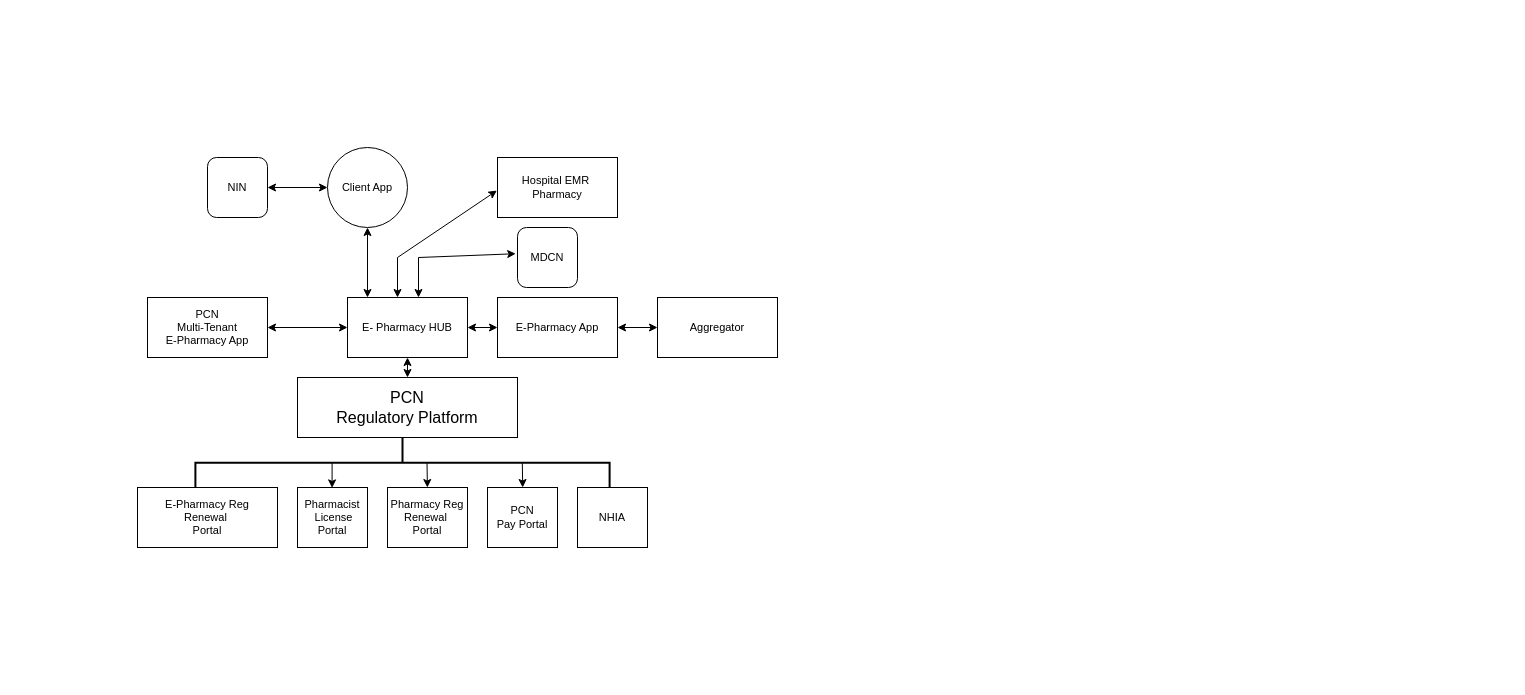
Nigeria-FHIR-Community/2025Connectathon keeps this draw.io diagram as page "Architecture" (1 of 14) of BPMN_Diagrams/ePrescription DAK Diagrams.drawio. Above is the earlier version. Source tidied: cells renumbered, new cells numbered last; positions are measured from the earlier drawing's top-left corner, leaving out a move shared by most shapes. Both pictures are drawn from the tidied source at 100%, with x=0, y=0 at pixel (137, 147).
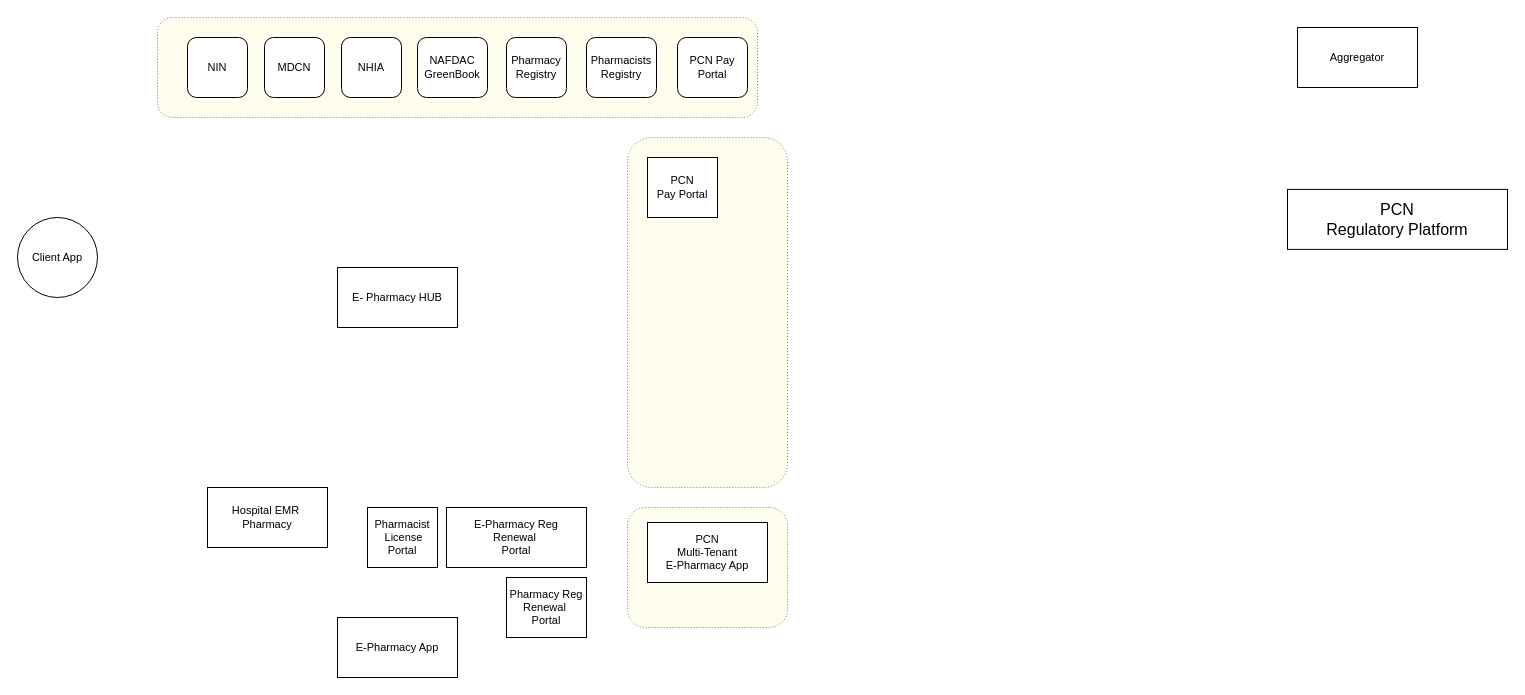
After the change.

What changed in the source:
```diff
@@
-    <mxCell id="2" style="edgeStyle=none;shape=connector;rounded=0;jettySize=auto;html=1;strokeColor=default;align=center;verticalAlign=middle;fontFamily=Helvetica;fontSize=11;fontColor=default;labelBackgroundColor=default;startArrow=classic;endArrow=classic;" parent="1" edge="1" source="5">
-      <mxGeometry relative="1" as="geometry">
-        <mxPoint x="270" y="230" as="targetPoint" />
-      </mxGeometry>
-    </mxCell>
-    <mxCell id="3" style="edgeStyle=none;shape=connector;rounded=0;jettySize=auto;html=1;strokeColor=default;align=center;verticalAlign=middle;fontFamily=Helvetica;fontSize=11;fontColor=default;labelBackgroundColor=default;startArrow=classic;endArrow=classic;" parent="1" edge="1" source="5" target="7">
-      <mxGeometry relative="1" as="geometry" />
-    </mxCell>
-    <mxCell id="4" style="edgeStyle=none;shape=connector;rounded=0;jettySize=auto;html=1;strokeColor=default;align=center;verticalAlign=middle;fontFamily=Helvetica;fontSize=11;fontColor=default;labelBackgroundColor=default;startArrow=classic;endArrow=classic;" parent="1" edge="1" target="9">
-      <mxGeometry relative="1" as="geometry">
-        <mxPoint x="230" y="150" as="sourcePoint" />
-      </mxGeometry>
-    </mxCell>
+    <mxCell id="28" style="rounded=1;whiteSpace=wrap;html=1;dashed=1;dashPattern=1 2;fillColor=light-dark(#fefcdd, #ededed);fillStyle=solid;opacity=50;" parent="1" vertex="1">
+      <mxGeometry x="490" y="360" width="160" height="120" as="geometry" />
+    </mxCell>
+    <mxCell id="29" style="rounded=1;whiteSpace=wrap;html=1;dashed=1;dashPattern=1 2;fillColor=light-dark(#fefcdd, #ededed);fillStyle=solid;opacity=50;" parent="1" vertex="1">
+      <mxGeometry x="490" y="-10" width="160" height="350" as="geometry" />
+    </mxCell>
+    <mxCell id="30" style="rounded=1;whiteSpace=wrap;html=1;dashed=1;dashPattern=1 2;fillColor=light-dark(#fefcdd, #ededed);fillStyle=solid;opacity=50;" parent="1" vertex="1">
+      <mxGeometry x="20" y="-130" width="600" height="100" as="geometry" />
+    </mxCell>
     <mxCell id="5" value="E- Pharmacy HUB" style="whiteSpace=wrap;html=1;fontFamily=Helvetica;fontSize=11;fontColor=default;labelBackgroundColor=default;" parent="1" vertex="1">
-      <mxGeometry x="210" y="150" width="120" height="60" as="geometry" />
+      <mxGeometry x="200" y="120" width="120" height="60" as="geometry" />
     </mxCell>
     <mxCell id="6" value="&lt;font style=&quot;font-size: 16px;&quot;&gt;PCN&lt;/font&gt;&lt;div&gt;&lt;font style=&quot;font-size: 16px;&quot;&gt;Regulatory Platform&lt;/font&gt;&lt;/div&gt;" style="whiteSpace=wrap;html=1;fontSize=11;labelBackgroundColor=default;" parent="1" vertex="1">
-      <mxGeometry x="160" y="230" width="220" height="60" as="geometry" />
+      <mxGeometry x="1150" y="41.9" width="220" height="60" as="geometry" />
     </mxCell>
     <mxCell id="7" value="PCN&lt;div&gt;Multi-Tenant&lt;/div&gt;&lt;div&gt;E-Pharmacy App&lt;/div&gt;" style="rounded=1;whiteSpace=wrap;html=1;fontSize=11;labelBackgroundColor=default;arcSize=0;" parent="1" vertex="1">
-      <mxGeometry x="10" y="150" width="120" height="60" as="geometry" />
+      <mxGeometry x="510" y="375" width="120" height="60" as="geometry" />
     </mxCell>
-    <mxCell id="8" style="edgeStyle=none;shape=connector;rounded=0;jettySize=auto;html=1;strokeColor=default;align=center;verticalAlign=middle;fontFamily=Helvetica;fontSize=11;fontColor=default;labelBackgroundColor=default;startArrow=classic;endArrow=classic;" parent="1" edge="1" source="9" target="10">
-      <mxGeometry relative="1" as="geometry" />
-    </mxCell>
     <mxCell id="9" value="Client App" style="ellipse;whiteSpace=wrap;html=1;fontSize=11;labelBackgroundColor=default;" parent="1" vertex="1">
-      <mxGeometry x="190" width="80" height="80" as="geometry" />
+      <mxGeometry x="-120" y="70" width="80" height="80" as="geometry" />
     </mxCell>
     <mxCell id="10" value="NIN" style="rounded=1;whiteSpace=wrap;html=1;fontSize=11;labelBackgroundColor=default;" parent="1" vertex="1">
-      <mxGeometry x="70" y="10" width="60" height="60" as="geometry" />
+      <mxGeometry x="50" y="-110" width="60" height="60" as="geometry" />
     </mxCell>
     <mxCell id="11" value="E-Pharmacy App" style="whiteSpace=wrap;html=1;fontSize=11;labelBackgroundColor=default;" parent="1" vertex="1">
-      <mxGeometry x="360" y="150" width="120" height="60" as="geometry" />
+      <mxGeometry x="200" y="470" width="120" height="60" as="geometry" />
     </mxCell>
     <mxCell id="12" value="Aggregator" style="whiteSpace=wrap;html=1;fontSize=11;labelBackgroundColor=default;" parent="1" vertex="1">
-      <mxGeometry x="520" y="150" width="120" height="60" as="geometry" />
+      <mxGeometry x="1160" y="-120" width="120" height="60" as="geometry" />
     </mxCell>
-    <mxCell id="13" style="edgeStyle=none;shape=connector;rounded=0;jettySize=auto;html=1;strokeColor=default;align=center;verticalAlign=middle;fontFamily=Helvetica;fontSize=11;fontColor=default;labelBackgroundColor=default;startArrow=classic;endArrow=classic;" parent="1" edge="1" source="5">
-      <mxGeometry relative="1" as="geometry">
-        <mxPoint x="360" y="180" as="targetPoint" />
-      </mxGeometry>
-    </mxCell>
-    <mxCell id="14" style="edgeStyle=none;shape=connector;rounded=0;jettySize=auto;html=1;strokeColor=default;align=center;verticalAlign=middle;fontFamily=Helvetica;fontSize=11;fontColor=default;labelBackgroundColor=default;startArrow=classic;endArrow=classic;" parent="1" edge="1" source="11">
-      <mxGeometry relative="1" as="geometry">
-        <mxPoint x="520" y="180" as="targetPoint" />
-      </mxGeometry>
-    </mxCell>
     <mxCell id="15" value="Pharmacy Reg&lt;div&gt;Renewal&amp;nbsp;&lt;/div&gt;&lt;div&gt;Portal&lt;/div&gt;" style="whiteSpace=wrap;html=1;fontSize=11;labelBackgroundColor=default;" parent="1" vertex="1">
-      <mxGeometry x="250" y="340" width="80" height="60" as="geometry" />
+      <mxGeometry x="369" y="430" width="80" height="60" as="geometry" />
     </mxCell>
     <mxCell id="16" value="E-Pharmacy Reg&lt;div&gt;Renewal&amp;nbsp;&lt;/div&gt;&lt;div&gt;Portal&lt;/div&gt;" style="whiteSpace=wrap;html=1;fontSize=11;labelBackgroundColor=default;" parent="1" vertex="1">
-      <mxGeometry y="340" width="140" height="60" as="geometry" />
+      <mxGeometry x="309" y="360" width="140" height="60" as="geometry" />
     </mxCell>
     <mxCell id="17" value="Pharmacist&lt;div&gt;&amp;nbsp;License&lt;/div&gt;&lt;div&gt;Portal&lt;/div&gt;" style="whiteSpace=wrap;html=1;fontSize=11;labelBackgroundColor=default;align=center;" parent="1" vertex="1">
-      <mxGeometry x="160" y="340" width="70" height="60" as="geometry" />
+      <mxGeometry x="230" y="360" width="70" height="60" as="geometry" />
     </mxCell>
     <mxCell id="18" value="PCN&lt;div&gt;Pay Portal&lt;/div&gt;" style="whiteSpace=wrap;html=1;fontSize=11;labelBackgroundColor=default;align=center;" parent="1" vertex="1">
-      <mxGeometry x="350" y="340" width="70" height="60" as="geometry" />
+      <mxGeometry x="510" y="10" width="70" height="60" as="geometry" />
     </mxCell>
-    <mxCell id="19" value="NHIA" style="whiteSpace=wrap;html=1;fontSize=11;labelBackgroundColor=default;" parent="1" vertex="1">
-      <mxGeometry x="440" y="340" width="70" height="60" as="geometry" />
-    </mxCell>
-    <mxCell id="20" style="strokeWidth=2;html=1;shape=mxgraph.flowchart.annotation_2;align=left;labelPosition=right;fontFamily=Helvetica;fontSize=11;fontColor=default;labelBackgroundColor=default;rotation=90;" parent="1" vertex="1">
-      <mxGeometry x="240" y="108.1" width="50" height="414.2" as="geometry" />
-    </mxCell>
-    <mxCell id="21" style="endArrow=classic;html=1;rounded=0;strokeColor=default;align=center;verticalAlign=middle;fontFamily=Helvetica;fontSize=11;fontColor=default;labelBackgroundColor=default;entryX=1.004;entryY=0.67;entryDx=0;entryDy=0;entryPerimeter=0;" parent="1" edge="1" target="20">
-      <mxGeometry relative="1" as="geometry">
-        <mxPoint x="194.6" y="315" as="sourcePoint" />
-      </mxGeometry>
-    </mxCell>
-    <mxCell id="22" style="endArrow=classic;html=1;rounded=0;strokeColor=default;align=center;verticalAlign=middle;fontFamily=Helvetica;fontSize=11;fontColor=default;labelBackgroundColor=default;entryX=1.004;entryY=0.67;entryDx=0;entryDy=0;entryPerimeter=0;" parent="1" edge="1">
-      <mxGeometry relative="1" as="geometry">
-        <mxPoint x="289.5" y="315" as="sourcePoint" />
-        <mxPoint x="289.9" y="340" as="targetPoint" />
-      </mxGeometry>
-    </mxCell>
-    <mxCell id="23" style="endArrow=classic;html=1;rounded=0;strokeColor=default;align=center;verticalAlign=middle;fontFamily=Helvetica;fontSize=11;fontColor=default;labelBackgroundColor=default;entryX=1.004;entryY=0.67;entryDx=0;entryDy=0;entryPerimeter=0;" parent="1" edge="1">
-      <mxGeometry relative="1" as="geometry">
-        <mxPoint x="384.8" y="315" as="sourcePoint" />
-        <mxPoint x="385.2" y="340" as="targetPoint" />
-      </mxGeometry>
-    </mxCell>
     <mxCell id="24" value="MDCN" style="rounded=1;whiteSpace=wrap;html=1;fontSize=11;labelBackgroundColor=default;" parent="1" vertex="1">
-      <mxGeometry x="380" y="80" width="60" height="60" as="geometry" />
+      <mxGeometry x="127" y="-110" width="60" height="60" as="geometry" />
     </mxCell>
     <mxCell id="25" value="Hospital EMR&amp;nbsp;&lt;div&gt;Pharmacy&lt;/div&gt;" style="whiteSpace=wrap;html=1;fontSize=11;labelBackgroundColor=default;" parent="1" vertex="1">
-      <mxGeometry x="360" y="10" width="120" height="60" as="geometry" />
+      <mxGeometry x="70" y="340" width="120" height="60" as="geometry" />
     </mxCell>
-    <mxCell id="26" style="endArrow=classic;startArrow=classic;html=1;rounded=0;strokeColor=default;align=center;verticalAlign=middle;fontFamily=Helvetica;fontSize=11;fontColor=default;labelBackgroundColor=default;entryX=-0.005;entryY=0.551;entryDx=0;entryDy=0;entryPerimeter=0;" parent="1" edge="1" target="25">
-      <mxGeometry relative="1" as="geometry">
-        <mxPoint x="260" y="150" as="sourcePoint" />
-        <Array as="points">
-          <mxPoint x="260" y="110" />
-        </Array>
-      </mxGeometry>
-    </mxCell>
-    <mxCell id="27" style="endArrow=classic;startArrow=classic;html=1;rounded=0;strokeColor=default;align=center;verticalAlign=middle;fontFamily=Helvetica;fontSize=11;fontColor=default;labelBackgroundColor=default;entryX=-0.03;entryY=0.437;entryDx=0;entryDy=0;entryPerimeter=0;" parent="1" edge="1" target="24">
-      <mxGeometry relative="1" as="geometry">
-        <mxPoint x="281" y="150" as="sourcePoint" />
-        <Array as="points">
-          <mxPoint x="281" y="110" />
-        </Array>
-      </mxGeometry>
-    </mxCell>
+    <mxCell id="19" value="NHIA" style="rounded=1;whiteSpace=wrap;html=1;fontSize=11;labelBackgroundColor=default;" parent="1" vertex="1">
+      <mxGeometry x="204" y="-110" width="60" height="60" as="geometry" />
+    </mxCell>
+    <mxCell id="31" value="Pharmacy Registry" style="rounded=1;whiteSpace=wrap;html=1;fontSize=11;labelBackgroundColor=default;" parent="1" vertex="1">
+      <mxGeometry x="369" y="-110" width="60" height="60" as="geometry" />
+    </mxCell>
+    <mxCell id="32" value="Pharmacists&lt;div&gt;Registry&lt;/div&gt;" style="rounded=1;whiteSpace=wrap;html=1;fontSize=11;labelBackgroundColor=default;" parent="1" vertex="1">
+      <mxGeometry x="449" y="-110" width="70" height="60" as="geometry" />
+    </mxCell>
+    <mxCell id="33" value="NAFDAC GreenBook" style="rounded=1;whiteSpace=wrap;html=1;fontSize=11;labelBackgroundColor=default;" parent="1" vertex="1">
+      <mxGeometry x="280" y="-110" width="70" height="60" as="geometry" />
+    </mxCell>
+    <mxCell id="34" value="PCN Pay Portal" style="rounded=1;whiteSpace=wrap;html=1;fontSize=11;labelBackgroundColor=default;" parent="1" vertex="1">
+      <mxGeometry x="540" y="-110" width="70" height="60" as="geometry" />
+    </mxCell>
```
